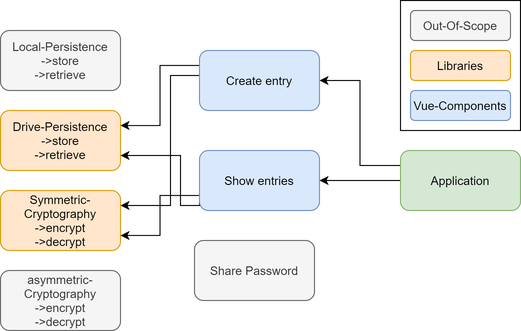
The draw.io diagram doc/pictures/prototyp_architecture.png in robhta/DASHPasswordManager, before a commit. Source tidied: cells renumbered, new cells last; positions are measured from the earlier drawing's top-left corner, leaving out a move shared by most shapes. Its diagram source:
```xml
<mxGraphModel>
  <root>
    <mxCell id="0" />
    <mxCell id="1" parent="0" />
    <mxCell id="2" value="Drive-Persistence&lt;br&gt;-&amp;gt;store&lt;br&gt;-&amp;gt;retrieve" style="rounded=1;whiteSpace=wrap;html=1;fillColor=#ffe6cc;strokeColor=#d79b00;" parent="1" vertex="1">
      <mxGeometry y="110" width="120" height="60" as="geometry" />
    </mxCell>
    <mxCell id="3" value="Symmetric-Cryptography&lt;br&gt;-&amp;gt;encrypt&lt;br&gt;-&amp;gt;decrypt" style="rounded=1;whiteSpace=wrap;html=1;fillColor=#ffe6cc;strokeColor=#d79b00;" parent="1" vertex="1">
      <mxGeometry y="190" width="120" height="60" as="geometry" />
    </mxCell>
    <mxCell id="4" style="rounded=0;jettySize=auto;html=1;exitX=0;exitY=0.25;exitDx=0;exitDy=0;entryX=1;entryY=0.5;entryDx=0;entryDy=0;edgeStyle=orthogonalEdgeStyle;" parent="1" edge="1" source="6" target="9">
      <mxGeometry relative="1" as="geometry" />
    </mxCell>
    <mxCell id="5" style="edgeStyle=orthogonalEdgeStyle;rounded=0;jettySize=auto;html=1;exitX=0;exitY=0.75;exitDx=0;exitDy=0;entryX=1;entryY=0.5;entryDx=0;entryDy=0;" parent="1" edge="1" source="6" target="12">
      <mxGeometry relative="1" as="geometry">
        <Array as="points">
          <mxPoint x="400" y="180" />
        </Array>
      </mxGeometry>
    </mxCell>
    <mxCell id="6" value="Application" style="rounded=1;whiteSpace=wrap;html=1;fillColor=#d5e8d4;strokeColor=#82b366;" parent="1" vertex="1">
      <mxGeometry x="400" y="150" width="120" height="60" as="geometry" />
    </mxCell>
    <mxCell id="7" style="edgeStyle=orthogonalEdgeStyle;rounded=0;jettySize=auto;html=1;exitX=0;exitY=0.25;exitDx=0;exitDy=0;entryX=1;entryY=0.25;entryDx=0;entryDy=0;" parent="1" edge="1" source="9" target="2">
      <mxGeometry relative="1" as="geometry" />
    </mxCell>
    <mxCell id="8" style="edgeStyle=orthogonalEdgeStyle;rounded=0;jettySize=auto;html=1;exitX=0;exitY=0.75;exitDx=0;exitDy=0;entryX=1;entryY=0.25;entryDx=0;entryDy=0;" parent="1" edge="1" source="9" target="3">
      <mxGeometry relative="1" as="geometry">
        <Array as="points">
          <mxPoint x="170" y="75" />
          <mxPoint x="170" y="205" />
        </Array>
      </mxGeometry>
    </mxCell>
    <mxCell id="9" value="Create entry" style="rounded=1;whiteSpace=wrap;html=1;fillColor=#dae8fc;strokeColor=#6c8ebf;" parent="1" vertex="1">
      <mxGeometry x="199" y="50" width="120" height="60" as="geometry" />
    </mxCell>
    <mxCell id="10" style="edgeStyle=orthogonalEdgeStyle;rounded=0;jettySize=auto;html=1;exitX=0;exitY=0.25;exitDx=0;exitDy=0;entryX=1;entryY=0.75;entryDx=0;entryDy=0;" parent="1" edge="1" source="12" target="2">
      <mxGeometry relative="1" as="geometry">
        <Array as="points">
          <mxPoint x="180" y="205" />
          <mxPoint x="180" y="155" />
        </Array>
      </mxGeometry>
    </mxCell>
    <mxCell id="11" style="edgeStyle=orthogonalEdgeStyle;rounded=0;jettySize=auto;html=1;exitX=0;exitY=0.75;exitDx=0;exitDy=0;entryX=1;entryY=0.75;entryDx=0;entryDy=0;" parent="1" edge="1" source="12" target="3">
      <mxGeometry relative="1" as="geometry" />
    </mxCell>
    <mxCell id="12" value="Show entries" style="rounded=1;whiteSpace=wrap;html=1;fillColor=#dae8fc;strokeColor=#6c8ebf;" parent="1" vertex="1">
      <mxGeometry x="199" y="150" width="120" height="60" as="geometry" />
    </mxCell>
    <mxCell id="13" value="Local-Persistence&lt;br&gt;-&amp;gt;store&lt;br&gt;-&amp;gt;retrieve" style="rounded=1;whiteSpace=wrap;html=1;fillColor=#f5f5f5;strokeColor=#666666;fontColor=#333333;" parent="1" vertex="1">
      <mxGeometry y="30" width="120" height="60" as="geometry" />
    </mxCell>
    <mxCell id="14" value="asymmetric-Cryptography&lt;br&gt;-&amp;gt;encrypt&lt;br&gt;-&amp;gt;decrypt" style="rounded=1;whiteSpace=wrap;html=1;fillColor=#f5f5f5;strokeColor=#666666;fontColor=#333333;" parent="1" vertex="1">
      <mxGeometry y="270" width="120" height="60" as="geometry" />
    </mxCell>
    <mxCell id="15" value="Share Password" style="rounded=1;whiteSpace=wrap;html=1;fillColor=#f5f5f5;strokeColor=#666666;fontColor=#333333;" parent="1" vertex="1">
      <mxGeometry x="194" y="240" width="120" height="60" as="geometry" />
    </mxCell>
    <mxCell id="16" style="group;" parent="1" vertex="1">
      <mxGeometry x="400" width="120" height="130" as="geometry" />
    </mxCell>
    <mxCell id="17" style="rounded=0;whiteSpace=wrap;html=1;" parent="16" vertex="1">
      <mxGeometry width="120" height="130" as="geometry" />
    </mxCell>
    <mxCell id="18" value="Out-Of-Scope" style="rounded=1;whiteSpace=wrap;html=1;fillColor=#f5f5f5;strokeColor=#666666;fontColor=#333333;" parent="16" vertex="1">
      <mxGeometry x="10" y="10" width="100" height="30" as="geometry" />
    </mxCell>
    <mxCell id="19" value="Libraries" style="rounded=1;whiteSpace=wrap;html=1;fillColor=#ffe6cc;strokeColor=#d79b00;" parent="16" vertex="1">
      <mxGeometry x="10" y="50" width="100" height="30" as="geometry" />
    </mxCell>
    <mxCell id="20" value="Vue-Components" style="rounded=1;whiteSpace=wrap;html=1;fillColor=#dae8fc;strokeColor=#6c8ebf;" parent="16" vertex="1">
      <mxGeometry x="10" y="90" width="100" height="30" as="geometry" />
    </mxCell>
  </root>
</mxGraphModel>
```
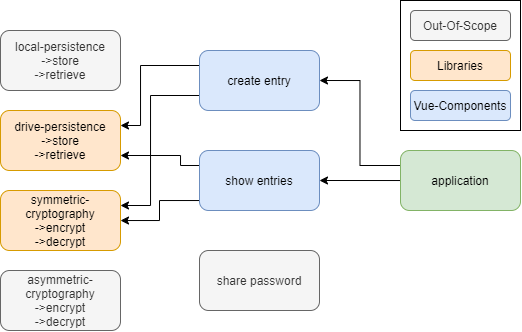
The same diagram one commit later.

Commit message:
Update figure: architecture for the readme

What changed in the source:
```diff
@@ -2,10 +2,10 @@
   <root>
     <mxCell id="0" />
     <mxCell id="1" parent="0" />
-    <mxCell id="2" value="Drive-Persistence&lt;br&gt;-&amp;gt;store&lt;br&gt;-&amp;gt;retrieve" style="rounded=1;whiteSpace=wrap;html=1;fillColor=#ffe6cc;strokeColor=#d79b00;" parent="1" vertex="1">
+    <mxCell id="2" value="drive-persistence&lt;br&gt;-&amp;gt;store&lt;br&gt;-&amp;gt;retrieve" style="rounded=1;whiteSpace=wrap;html=1;fillColor=#ffe6cc;strokeColor=#d79b00;" parent="1" vertex="1">
       <mxGeometry y="110" width="120" height="60" as="geometry" />
     </mxCell>
-    <mxCell id="3" value="Symmetric-Cryptography&lt;br&gt;-&amp;gt;encrypt&lt;br&gt;-&amp;gt;decrypt" style="rounded=1;whiteSpace=wrap;html=1;fillColor=#ffe6cc;strokeColor=#d79b00;" parent="1" vertex="1">
+    <mxCell id="3" value="symmetric-cryptography&lt;br&gt;-&amp;gt;encrypt&lt;br&gt;-&amp;gt;decrypt" style="rounded=1;whiteSpace=wrap;html=1;fillColor=#ffe6cc;strokeColor=#d79b00;" parent="1" vertex="1">
       <mxGeometry y="190" width="120" height="60" as="geometry" />
     </mxCell>
     <mxCell id="4" style="rounded=0;jettySize=auto;html=1;exitX=0;exitY=0.25;exitDx=0;exitDy=0;entryX=1;entryY=0.5;entryDx=0;entryDy=0;edgeStyle=orthogonalEdgeStyle;" parent="1" edge="1" source="6" target="9">
@@ -18,45 +18,56 @@
         </Array>
       </mxGeometry>
     </mxCell>
-    <mxCell id="6" value="Application" style="rounded=1;whiteSpace=wrap;html=1;fillColor=#d5e8d4;strokeColor=#82b366;" parent="1" vertex="1">
+    <mxCell id="6" value="application" style="rounded=1;whiteSpace=wrap;html=1;fillColor=#d5e8d4;strokeColor=#82b366;" parent="1" vertex="1">
       <mxGeometry x="400" y="150" width="120" height="60" as="geometry" />
     </mxCell>
     <mxCell id="7" style="edgeStyle=orthogonalEdgeStyle;rounded=0;jettySize=auto;html=1;exitX=0;exitY=0.25;exitDx=0;exitDy=0;entryX=1;entryY=0.25;entryDx=0;entryDy=0;" parent="1" edge="1" source="9" target="2">
-      <mxGeometry relative="1" as="geometry" />
+      <mxGeometry relative="1" as="geometry">
+        <Array as="points">
+          <mxPoint x="140" y="65" />
+          <mxPoint x="140" y="125" />
+        </Array>
+      </mxGeometry>
     </mxCell>
     <mxCell id="8" style="edgeStyle=orthogonalEdgeStyle;rounded=0;jettySize=auto;html=1;exitX=0;exitY=0.75;exitDx=0;exitDy=0;entryX=1;entryY=0.25;entryDx=0;entryDy=0;" parent="1" edge="1" source="9" target="3">
       <mxGeometry relative="1" as="geometry">
         <Array as="points">
-          <mxPoint x="170" y="75" />
-          <mxPoint x="170" y="205" />
+          <mxPoint x="150" y="95" />
+          <mxPoint x="150" y="205" />
         </Array>
       </mxGeometry>
     </mxCell>
-    <mxCell id="9" value="Create entry" style="rounded=1;whiteSpace=wrap;html=1;fillColor=#dae8fc;strokeColor=#6c8ebf;" parent="1" vertex="1">
+    <mxCell id="9" value="create entry" style="rounded=1;whiteSpace=wrap;html=1;fillColor=#dae8fc;strokeColor=#6c8ebf;" parent="1" vertex="1">
       <mxGeometry x="199" y="50" width="120" height="60" as="geometry" />
     </mxCell>
     <mxCell id="10" style="edgeStyle=orthogonalEdgeStyle;rounded=0;jettySize=auto;html=1;exitX=0;exitY=0.25;exitDx=0;exitDy=0;entryX=1;entryY=0.75;entryDx=0;entryDy=0;" parent="1" edge="1" source="12" target="2">
       <mxGeometry relative="1" as="geometry">
         <Array as="points">
-          <mxPoint x="180" y="205" />
+          <mxPoint x="180" y="165" />
           <mxPoint x="180" y="155" />
         </Array>
       </mxGeometry>
     </mxCell>
-    <mxCell id="11" style="edgeStyle=orthogonalEdgeStyle;rounded=0;jettySize=auto;html=1;exitX=0;exitY=0.75;exitDx=0;exitDy=0;entryX=1;entryY=0.75;entryDx=0;entryDy=0;" parent="1" edge="1" source="12" target="3">
-      <mxGeometry relative="1" as="geometry" />
+    <mxCell id="11" style="edgeStyle=orthogonalEdgeStyle;rounded=0;jettySize=auto;html=1;exitX=0;exitY=0.75;exitDx=0;exitDy=0;" parent="1" edge="1" source="12" target="3">
+      <mxGeometry relative="1" as="geometry">
+        <Array as="points">
+          <mxPoint x="199" y="200" />
+          <mxPoint x="159" y="200" />
+          <mxPoint x="159" y="220" />
+        </Array>
+      </mxGeometry>
     </mxCell>
-    <mxCell id="12" value="Show entries" style="rounded=1;whiteSpace=wrap;html=1;fillColor=#dae8fc;strokeColor=#6c8ebf;" parent="1" vertex="1">
+    <mxCell id="12" value="show entries" style="rounded=1;whiteSpace=wrap;html=1;fillColor=#dae8fc;strokeColor=#6c8ebf;" parent="1" vertex="1">
       <mxGeometry x="199" y="150" width="120" height="60" as="geometry" />
     </mxCell>
-    <mxCell id="13" value="Local-Persistence&lt;br&gt;-&amp;gt;store&lt;br&gt;-&amp;gt;retrieve" style="rounded=1;whiteSpace=wrap;html=1;fillColor=#f5f5f5;strokeColor=#666666;fontColor=#333333;" parent="1" vertex="1">
+    <mxCell id="13" value="local-persistence&lt;br&gt;-&amp;gt;store&lt;br&gt;-&amp;gt;retrieve" style="rounded=1;whiteSpace=wrap;html=1;fillColor=#f5f5f5;strokeColor=#666666;fontColor=#333333;" parent="1" vertex="1">
       <mxGeometry y="30" width="120" height="60" as="geometry" />
     </mxCell>
-    <mxCell id="14" value="asymmetric-Cryptography&lt;br&gt;-&amp;gt;encrypt&lt;br&gt;-&amp;gt;decrypt" style="rounded=1;whiteSpace=wrap;html=1;fillColor=#f5f5f5;strokeColor=#666666;fontColor=#333333;" parent="1" vertex="1">
+    <mxCell id="14" value="asymmetric-cryptography&lt;br&gt;-&amp;gt;encrypt&lt;br&gt;-&amp;gt;decrypt" style="rounded=1;whiteSpace=wrap;html=1;fillColor=#f5f5f5;strokeColor=#666666;fontColor=#333333;" parent="1" vertex="1">
       <mxGeometry y="270" width="120" height="60" as="geometry" />
     </mxCell>
-    <mxCell id="15" value="Share Password" style="rounded=1;whiteSpace=wrap;html=1;fillColor=#f5f5f5;strokeColor=#666666;fontColor=#333333;" parent="1" vertex="1">
-      <mxGeometry x="194" y="240" width="120" height="60" as="geometry" />
+    <mxCell id="15" value="share password" style="rounded=1;whiteSpace=wrap;html=1;fillColor=#f5f5f5;strokeColor=#666666;fontColor=#333333;" parent="1" vertex="1">
+      <mxGeometry x="199" y="250" width="120" height="60" as="geometry" />
     </mxCell>
     <mxCell id="16" style="group;" parent="1" vertex="1">
       <mxGeometry x="400" width="120" height="130" as="geometry" />
```
